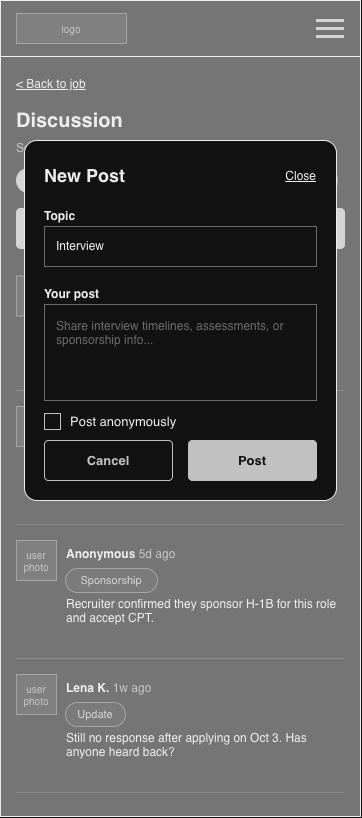
agile-students-fall2026/CareerHive keeps this draw.io diagram as ux-design/wireframes-14-job-discussion-new-post.drawio.png. Above is the earlier version. Source tidied: cells renumbered, new cells last; positions are measured from the earlier drawing's top-left corner, leaving out a move shared by most shapes.
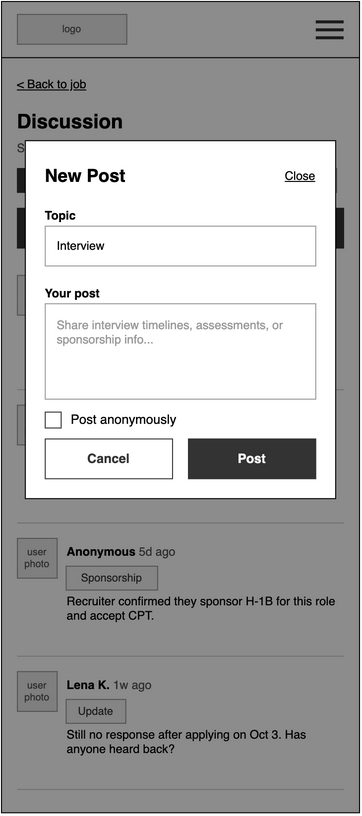
The same file after the commit.

Change to the diagram source:
```diff
@@ -17,31 +17,31 @@
     <mxCell id="6" style="html=1;whiteSpace=wrap;fontFamily=Helvetica;rounded=0;fillColor=#333333;strokeColor=none;" parent="1" vertex="1">
       <mxGeometry x="316" y="35" width="28" height="3" as="geometry" />
     </mxCell>
-    <mxCell id="7" style="html=1;whiteSpace=wrap;fontFamily=Helvetica;fillColor=#000000;strokeColor=none;" parent="1" vertex="1">
+    <mxCell id="7" style="html=1;whiteSpace=wrap;fontFamily=Helvetica;fillColor=#000000;strokeColor=none;rounded=0;" parent="1" vertex="1">
       <mxGeometry y="56" width="360" height="1" as="geometry" />
     </mxCell>
-    <mxCell id="8" value="&amp;lt; Back to job" style="html=1;whiteSpace=wrap;fontFamily=Helvetica;text;strokeColor=none;fillColor=none;spacing=0;overflow=visible;fontSize=12;fontStyle=4;fontColor=#000000;align=left;verticalAlign=top;" parent="1" vertex="1">
+    <mxCell id="8" value="&amp;lt; Back to job" style="html=1;whiteSpace=wrap;fontFamily=Helvetica;text;strokeColor=none;fillColor=none;spacing=0;overflow=visible;fontSize=12;fontStyle=4;fontColor=#000000;align=left;verticalAlign=top;rounded=0;" parent="1" vertex="1">
       <mxGeometry x="16" y="72" width="200" height="16" as="geometry" />
     </mxCell>
-    <mxCell id="9" value="Discussion" style="html=1;whiteSpace=wrap;fontFamily=Helvetica;text;strokeColor=none;fillColor=none;spacing=0;overflow=visible;fontSize=20;fontStyle=1;fontColor=#000000;align=left;verticalAlign=top;" parent="1" vertex="1">
+    <mxCell id="9" value="Discussion" style="html=1;whiteSpace=wrap;fontFamily=Helvetica;text;strokeColor=none;fillColor=none;spacing=0;overflow=visible;fontSize=20;fontStyle=1;fontColor=#000000;align=left;verticalAlign=top;rounded=0;" parent="1" vertex="1">
       <mxGeometry x="16" y="104" width="328" height="28" as="geometry" />
     </mxCell>
-    <mxCell id="10" value="Software Engineering Intern | Brightspace Labs" style="html=1;whiteSpace=wrap;fontFamily=Helvetica;text;strokeColor=none;fillColor=none;spacing=0;overflow=visible;fontSize=12;fontStyle=0;fontColor=#555555;align=left;verticalAlign=top;" parent="1" vertex="1">
+    <mxCell id="10" value="Software Engineering Intern | Brightspace Labs" style="html=1;whiteSpace=wrap;fontFamily=Helvetica;text;strokeColor=none;fillColor=none;spacing=0;overflow=visible;fontSize=12;fontStyle=0;fontColor=#555555;align=left;verticalAlign=top;rounded=0;" parent="1" vertex="1">
       <mxGeometry x="16" y="136" width="328" height="16" as="geometry" />
     </mxCell>
-    <mxCell id="11" value="All" style="html=1;whiteSpace=wrap;fontFamily=Helvetica;rounded=1;arcSize=50;fontSize=11;fillColor=#333333;strokeColor=#333333;fontColor=#FFFFFF;" parent="1" vertex="1">
+    <mxCell id="11" value="All" style="html=1;whiteSpace=wrap;fontFamily=Helvetica;rounded=0;arcSize=0;fontSize=11;fillColor=#333333;strokeColor=#333333;fontColor=#FFFFFF;" parent="1" vertex="1">
       <mxGeometry x="16" y="168" width="41" height="24" as="geometry" />
     </mxCell>
-    <mxCell id="12" value="Interview" style="html=1;whiteSpace=wrap;fontFamily=Helvetica;rounded=1;arcSize=50;fontSize=11;fillColor=#F2F2F2;strokeColor=#999999;fontColor=#333333;" parent="1" vertex="1">
+    <mxCell id="12" value="Interview" style="html=1;whiteSpace=wrap;fontFamily=Helvetica;rounded=0;arcSize=0;fontSize=11;fillColor=#F2F2F2;strokeColor=#999999;fontColor=#333333;" parent="1" vertex="1">
       <mxGeometry x="65" y="168" width="79" height="24" as="geometry" />
     </mxCell>
-    <mxCell id="13" value="Assessment" style="html=1;whiteSpace=wrap;fontFamily=Helvetica;rounded=1;arcSize=50;fontSize=11;fillColor=#F2F2F2;strokeColor=#999999;fontColor=#333333;" parent="1" vertex="1">
+    <mxCell id="13" value="Assessment" style="html=1;whiteSpace=wrap;fontFamily=Helvetica;rounded=0;arcSize=0;fontSize=11;fillColor=#F2F2F2;strokeColor=#999999;fontColor=#333333;" parent="1" vertex="1">
       <mxGeometry x="152" y="168" width="85" height="24" as="geometry" />
     </mxCell>
-    <mxCell id="14" value="Sponsorship" style="html=1;whiteSpace=wrap;fontFamily=Helvetica;rounded=1;arcSize=50;fontSize=11;fillColor=#F2F2F2;strokeColor=#999999;fontColor=#333333;" parent="1" vertex="1">
+    <mxCell id="14" value="Sponsorship" style="html=1;whiteSpace=wrap;fontFamily=Helvetica;rounded=0;arcSize=0;fontSize=11;fillColor=#F2F2F2;strokeColor=#999999;fontColor=#333333;" parent="1" vertex="1">
       <mxGeometry x="245" y="168" width="92" height="24" as="geometry" />
     </mxCell>
-    <mxCell id="15" value="New Post" style="html=1;whiteSpace=wrap;fontFamily=Helvetica;rounded=1;arcSize=10;fontSize=13;fontStyle=1;fillColor=#333333;strokeColor=#333333;fontColor=#FFFFFF;" parent="1" vertex="1">
+    <mxCell id="15" value="New Post" style="html=1;whiteSpace=wrap;fontFamily=Helvetica;rounded=0;arcSize=0;fontSize=13;fontStyle=1;fillColor=#333333;strokeColor=#333333;fontColor=#FFFFFF;" parent="1" vertex="1">
       <mxGeometry x="16" y="208" width="328" height="40" as="geometry" />
     </mxCell>
     <mxCell id="16" style="html=1;whiteSpace=wrap;fontFamily=Helvetica;rounded=0;fillColor=#CCCCCC;strokeColor=none;" parent="1" vertex="1">
@@ -50,13 +50,13 @@
     <mxCell id="17" value="user photo" style="html=1;whiteSpace=wrap;fontFamily=Helvetica;rounded=0;fillColor=#E6E6E6;strokeColor=#999999;fontColor=#555555;fontSize=10;" parent="1" vertex="1">
       <mxGeometry x="16" y="406" width="40" height="40" as="geometry" />
     </mxCell>
-    <mxCell id="18" value="&lt;b&gt;Marcus T.&lt;/b&gt;&lt;font color=&quot;#555555&quot;&gt;&amp;nbsp;3d ago&lt;/font&gt;" style="html=1;whiteSpace=wrap;fontFamily=Helvetica;text;strokeColor=none;fillColor=none;spacing=0;overflow=visible;fontSize=12;fontStyle=0;fontColor=#000000;align=left;verticalAlign=top;" parent="1" vertex="1">
+    <mxCell id="18" value="&lt;b&gt;Marcus T.&lt;/b&gt;&lt;font color=&quot;#555555&quot;&gt;&amp;nbsp;3d ago&lt;/font&gt;" style="html=1;whiteSpace=wrap;fontFamily=Helvetica;text;strokeColor=none;fillColor=none;spacing=0;overflow=visible;fontSize=12;fontStyle=0;fontColor=#000000;align=left;verticalAlign=top;rounded=0;" parent="1" vertex="1">
       <mxGeometry x="66" y="408" width="200" height="16" as="geometry" />
     </mxCell>
-    <mxCell id="19" value="Assessment" style="html=1;whiteSpace=wrap;fontFamily=Helvetica;rounded=1;arcSize=50;fontSize=11;fillColor=#F2F2F2;strokeColor=#999999;fontColor=#333333;" parent="1" vertex="1">
+    <mxCell id="19" value="Assessment" style="html=1;whiteSpace=wrap;fontFamily=Helvetica;rounded=0;arcSize=0;fontSize=11;fillColor=#F2F2F2;strokeColor=#999999;fontColor=#333333;" parent="1" vertex="1">
       <mxGeometry x="65" y="436" width="85" height="24" as="geometry" />
     </mxCell>
-    <mxCell id="20" value="Online assessment was 2 coding questions in 70 minutes." style="html=1;whiteSpace=wrap;fontFamily=Helvetica;text;strokeColor=none;fillColor=none;spacing=0;overflow=visible;fontSize=12;fontStyle=0;fontColor=#000000;align=left;verticalAlign=top;" parent="1" vertex="1">
+    <mxCell id="20" value="Online assessment was 2 coding questions in 70 minutes." style="html=1;whiteSpace=wrap;fontFamily=Helvetica;text;strokeColor=none;fillColor=none;spacing=0;overflow=visible;fontSize=12;fontStyle=0;fontColor=#000000;align=left;verticalAlign=top;rounded=0;" parent="1" vertex="1">
       <mxGeometry x="66" y="460" width="278" height="54" as="geometry" />
     </mxCell>
     <mxCell id="21" style="html=1;whiteSpace=wrap;fontFamily=Helvetica;rounded=0;fillColor=#CCCCCC;strokeColor=none;" parent="1" vertex="1">
@@ -65,13 +65,13 @@
     <mxCell id="22" value="user photo" style="html=1;whiteSpace=wrap;fontFamily=Helvetica;rounded=0;fillColor=#E6E6E6;strokeColor=#999999;fontColor=#555555;fontSize=10;" parent="1" vertex="1">
       <mxGeometry x="16" y="540" width="40" height="40" as="geometry" />
     </mxCell>
-    <mxCell id="23" value="&lt;b&gt;Anonymous&lt;/b&gt;&lt;font color=&quot;#555555&quot;&gt;&amp;nbsp;5d ago&lt;/font&gt;" style="html=1;whiteSpace=wrap;fontFamily=Helvetica;text;strokeColor=none;fillColor=none;spacing=0;overflow=visible;fontSize=12;fontStyle=0;fontColor=#000000;align=left;verticalAlign=top;" parent="1" vertex="1">
+    <mxCell id="23" value="&lt;b&gt;Anonymous&lt;/b&gt;&lt;font color=&quot;#555555&quot;&gt;&amp;nbsp;5d ago&lt;/font&gt;" style="html=1;whiteSpace=wrap;fontFamily=Helvetica;text;strokeColor=none;fillColor=none;spacing=0;overflow=visible;fontSize=12;fontStyle=0;fontColor=#000000;align=left;verticalAlign=top;rounded=0;" parent="1" vertex="1">
       <mxGeometry x="66" y="542" width="200" height="16" as="geometry" />
     </mxCell>
-    <mxCell id="24" value="Sponsorship" style="html=1;whiteSpace=wrap;fontFamily=Helvetica;rounded=1;arcSize=50;fontSize=11;fillColor=#F2F2F2;strokeColor=#999999;fontColor=#333333;" parent="1" vertex="1">
+    <mxCell id="24" value="Sponsorship" style="html=1;whiteSpace=wrap;fontFamily=Helvetica;rounded=0;arcSize=0;fontSize=11;fillColor=#F2F2F2;strokeColor=#999999;fontColor=#333333;" parent="1" vertex="1">
       <mxGeometry x="65" y="568" width="92" height="24" as="geometry" />
     </mxCell>
-    <mxCell id="25" value="Recruiter confirmed they sponsor H-1B for this role and accept CPT." style="html=1;whiteSpace=wrap;fontFamily=Helvetica;text;strokeColor=none;fillColor=none;spacing=0;overflow=visible;fontSize=12;fontStyle=0;fontColor=#000000;align=left;verticalAlign=top;" parent="1" vertex="1">
+    <mxCell id="25" value="Recruiter confirmed they sponsor H-1B for this role and accept CPT." style="html=1;whiteSpace=wrap;fontFamily=Helvetica;text;strokeColor=none;fillColor=none;spacing=0;overflow=visible;fontSize=12;fontStyle=0;fontColor=#000000;align=left;verticalAlign=top;rounded=0;" parent="1" vertex="1">
       <mxGeometry x="66" y="592" width="278" height="54" as="geometry" />
     </mxCell>
     <mxCell id="26" style="html=1;whiteSpace=wrap;fontFamily=Helvetica;rounded=0;fillColor=#CCCCCC;strokeColor=none;" parent="1" vertex="1">
@@ -80,13 +80,13 @@
     <mxCell id="27" value="user photo" style="html=1;whiteSpace=wrap;fontFamily=Helvetica;rounded=0;fillColor=#E6E6E6;strokeColor=#999999;fontColor=#555555;fontSize=10;" parent="1" vertex="1">
       <mxGeometry x="16" y="674" width="40" height="40" as="geometry" />
     </mxCell>
-    <mxCell id="28" value="&lt;b&gt;Lena K.&lt;/b&gt; &lt;font color=&quot;#555555&quot;&gt;1w ago&lt;/font&gt;" style="html=1;whiteSpace=wrap;fontFamily=Helvetica;text;strokeColor=none;fillColor=none;spacing=0;overflow=visible;fontSize=12;fontStyle=0;fontColor=#000000;align=left;verticalAlign=top;" parent="1" vertex="1">
+    <mxCell id="28" value="&lt;b&gt;Lena K.&lt;/b&gt; &lt;font color=&quot;#555555&quot;&gt;1w ago&lt;/font&gt;" style="html=1;whiteSpace=wrap;fontFamily=Helvetica;text;strokeColor=none;fillColor=none;spacing=0;overflow=visible;fontSize=12;fontStyle=0;fontColor=#000000;align=left;verticalAlign=top;rounded=0;" parent="1" vertex="1">
       <mxGeometry x="66" y="676" width="200" height="16" as="geometry" />
     </mxCell>
-    <mxCell id="29" value="Update" style="html=1;whiteSpace=wrap;fontFamily=Helvetica;rounded=1;arcSize=50;fontSize=11;fillColor=#F2F2F2;strokeColor=#999999;fontColor=#333333;" parent="1" vertex="1">
+    <mxCell id="29" value="Update" style="html=1;whiteSpace=wrap;fontFamily=Helvetica;rounded=0;arcSize=0;fontSize=11;fillColor=#F2F2F2;strokeColor=#999999;fontColor=#333333;" parent="1" vertex="1">
       <mxGeometry x="65" y="702" width="60" height="24" as="geometry" />
     </mxCell>
-    <mxCell id="30" value="Still no response after applying on Oct 3. Has anyone heard back?" style="html=1;whiteSpace=wrap;fontFamily=Helvetica;text;strokeColor=none;fillColor=none;spacing=0;overflow=visible;fontSize=12;fontStyle=0;fontColor=#000000;align=left;verticalAlign=top;" parent="1" vertex="1">
+    <mxCell id="30" value="Still no response after applying on Oct 3. Has anyone heard back?" style="html=1;whiteSpace=wrap;fontFamily=Helvetica;text;strokeColor=none;fillColor=none;spacing=0;overflow=visible;fontSize=12;fontStyle=0;fontColor=#000000;align=left;verticalAlign=top;rounded=0;" parent="1" vertex="1">
       <mxGeometry x="66" y="726" width="278" height="54" as="geometry" />
     </mxCell>
     <mxCell id="31" style="html=1;whiteSpace=wrap;fontFamily=Helvetica;rounded=0;fillColor=#CCCCCC;strokeColor=none;" parent="1" vertex="1">
@@ -95,37 +95,37 @@
     <mxCell id="32" value="user photo" style="html=1;whiteSpace=wrap;fontFamily=Helvetica;rounded=0;fillColor=#E6E6E6;strokeColor=#999999;fontColor=#555555;fontSize=10;" parent="1" vertex="1">
       <mxGeometry x="16" y="275.5" width="40" height="40" as="geometry" />
     </mxCell>
-    <mxCell id="33" value="&lt;b&gt;George S.&lt;/b&gt; &lt;font color=&quot;#555555&quot;&gt;2d ago&lt;/font&gt;" style="html=1;whiteSpace=wrap;fontFamily=Helvetica;text;strokeColor=none;fillColor=none;spacing=0;overflow=visible;fontSize=12;fontStyle=0;fontColor=#000000;align=left;verticalAlign=top;" parent="1" vertex="1">
+    <mxCell id="33" value="&lt;b&gt;George S.&lt;/b&gt; &lt;font color=&quot;#555555&quot;&gt;2d ago&lt;/font&gt;" style="html=1;whiteSpace=wrap;fontFamily=Helvetica;text;strokeColor=none;fillColor=none;spacing=0;overflow=visible;fontSize=12;fontStyle=0;fontColor=#000000;align=left;verticalAlign=top;rounded=0;" parent="1" vertex="1">
       <mxGeometry x="66" y="277.5" width="200" height="16" as="geometry" />
     </mxCell>
-    <mxCell id="34" value="Interview" style="html=1;whiteSpace=wrap;fontFamily=Helvetica;rounded=1;arcSize=50;fontSize=11;fillColor=#F2F2F2;strokeColor=#999999;fontColor=#333333;" parent="1" vertex="1">
+    <mxCell id="34" value="Interview" style="html=1;whiteSpace=wrap;fontFamily=Helvetica;rounded=0;arcSize=0;fontSize=11;fillColor=#F2F2F2;strokeColor=#999999;fontColor=#333333;" parent="1" vertex="1">
       <mxGeometry x="66" y="303.5" width="79" height="24" as="geometry" />
     </mxCell>
-    <mxCell id="35" value="Got the first round invite about 2 weeks after applying!" style="html=1;whiteSpace=wrap;fontFamily=Helvetica;text;strokeColor=none;fillColor=none;spacing=0;overflow=visible;fontSize=12;fontStyle=0;fontColor=#000000;align=left;verticalAlign=top;" parent="1" vertex="1">
+    <mxCell id="35" value="Got the first round invite about 2 weeks after applying!" style="html=1;whiteSpace=wrap;fontFamily=Helvetica;text;strokeColor=none;fillColor=none;spacing=0;overflow=visible;fontSize=12;fontStyle=0;fontColor=#000000;align=left;verticalAlign=top;rounded=0;" parent="1" vertex="1">
       <mxGeometry x="66" y="327.5" width="278" height="36" as="geometry" />
     </mxCell>
     <mxCell id="36" style="html=1;whiteSpace=wrap;fontFamily=Helvetica;rounded=0;fillColor=#000000;strokeColor=none;opacity=45;" parent="1" vertex="1">
       <mxGeometry width="360" height="816" as="geometry" />
     </mxCell>
-    <mxCell id="37" style="group;" parent="1" vertex="1">
+    <mxCell id="37" style="group;rounded=0;" parent="1" vertex="1">
       <mxGeometry x="24" y="140" width="326" height="360" as="geometry" />
     </mxCell>
-    <mxCell id="38" style="html=1;whiteSpace=wrap;fontFamily=Helvetica;rounded=1;arcSize=4;fillColor=#FFFFFF;strokeColor=#000000;" parent="37" vertex="1">
+    <mxCell id="38" style="html=1;whiteSpace=wrap;fontFamily=Helvetica;rounded=0;arcSize=0;fillColor=#FFFFFF;strokeColor=#000000;" parent="37" vertex="1">
       <mxGeometry width="312" height="360" as="geometry" />
     </mxCell>
-    <mxCell id="39" value="New Post" style="html=1;whiteSpace=wrap;fontFamily=Helvetica;text;strokeColor=none;fillColor=none;spacing=0;overflow=visible;fontSize=18;fontStyle=1;fontColor=#000000;align=left;verticalAlign=top;" parent="37" vertex="1">
+    <mxCell id="39" value="New Post" style="html=1;whiteSpace=wrap;fontFamily=Helvetica;text;strokeColor=none;fillColor=none;spacing=0;overflow=visible;fontSize=18;fontStyle=1;fontColor=#000000;align=left;verticalAlign=top;rounded=0;" parent="37" vertex="1">
       <mxGeometry x="20" y="20" width="212" height="24" as="geometry" />
     </mxCell>
-    <mxCell id="40" value="Close" style="html=1;whiteSpace=wrap;fontFamily=Helvetica;text;strokeColor=none;fillColor=none;spacing=0;overflow=visible;fontSize=12;fontStyle=4;fontColor=#000000;align=right;verticalAlign=top;" parent="37" vertex="1">
+    <mxCell id="40" value="Close" style="html=1;whiteSpace=wrap;fontFamily=Helvetica;text;strokeColor=none;fillColor=none;spacing=0;overflow=visible;fontSize=12;fontStyle=4;fontColor=#000000;align=right;verticalAlign=top;rounded=0;" parent="37" vertex="1">
       <mxGeometry x="232" y="24" width="60" height="18" as="geometry" />
     </mxCell>
-    <mxCell id="41" value="Topic" style="html=1;whiteSpace=wrap;fontFamily=Helvetica;text;strokeColor=none;fillColor=none;spacing=0;overflow=visible;fontSize=12;fontStyle=1;fontColor=#000000;align=left;verticalAlign=top;" parent="37" vertex="1">
+    <mxCell id="41" value="Topic" style="html=1;whiteSpace=wrap;fontFamily=Helvetica;text;strokeColor=none;fillColor=none;spacing=0;overflow=visible;fontSize=12;fontStyle=1;fontColor=#000000;align=left;verticalAlign=top;rounded=0;" parent="37" vertex="1">
       <mxGeometry x="20" y="64" width="272" height="16" as="geometry" />
     </mxCell>
     <mxCell id="42" value="Interview" style="html=1;whiteSpace=wrap;fontFamily=Helvetica;rounded=0;fillColor=#FFFFFF;strokeColor=#999999;align=left;verticalAlign=middle;spacingLeft=10;spacingTop=0;spacingRight=10;fontSize=12;fontColor=#000000;" parent="37" vertex="1">
       <mxGeometry x="20" y="86" width="272" height="40" as="geometry" />
     </mxCell>
-    <mxCell id="43" value="Your post" style="html=1;whiteSpace=wrap;fontFamily=Helvetica;text;strokeColor=none;fillColor=none;spacing=0;overflow=visible;fontSize=12;fontStyle=1;fontColor=#000000;align=left;verticalAlign=top;" parent="37" vertex="1">
+    <mxCell id="43" value="Your post" style="html=1;whiteSpace=wrap;fontFamily=Helvetica;text;strokeColor=none;fillColor=none;spacing=0;overflow=visible;fontSize=12;fontStyle=1;fontColor=#000000;align=left;verticalAlign=top;rounded=0;" parent="37" vertex="1">
       <mxGeometry x="20" y="142" width="272" height="16" as="geometry" />
     </mxCell>
     <mxCell id="44" value="Share interview timelines, assessments, or sponsorship info..." style="html=1;whiteSpace=wrap;fontFamily=Helvetica;rounded=0;fillColor=#FFFFFF;strokeColor=#999999;align=left;verticalAlign=top;spacingLeft=10;spacingTop=8;spacingRight=10;fontSize=12;fontColor=#999999;" parent="37" vertex="1">
@@ -134,13 +134,13 @@
     <mxCell id="45" style="html=1;whiteSpace=wrap;fontFamily=Helvetica;rounded=0;strokeColor=#333333;fillColor=#FFFFFF;" parent="37" vertex="1">
       <mxGeometry x="20" y="273" width="16" height="16" as="geometry" />
     </mxCell>
-    <mxCell id="46" value="Post anonymously" style="html=1;whiteSpace=wrap;fontFamily=Helvetica;text;strokeColor=none;fillColor=none;spacing=0;overflow=visible;fontSize=13;fontStyle=0;fontColor=#000000;align=left;verticalAlign=middle;" parent="37" vertex="1">
+    <mxCell id="46" value="Post anonymously" style="html=1;whiteSpace=wrap;fontFamily=Helvetica;text;strokeColor=none;fillColor=none;spacing=0;overflow=visible;fontSize=13;fontStyle=0;fontColor=#000000;align=left;verticalAlign=middle;rounded=0;" parent="37" vertex="1">
       <mxGeometry x="46" y="272" width="280" height="18" as="geometry" />
     </mxCell>
-    <mxCell id="47" value="Cancel" style="html=1;whiteSpace=wrap;fontFamily=Helvetica;rounded=1;arcSize=10;fontSize=13;fontStyle=1;fillColor=#FFFFFF;strokeColor=#333333;fontColor=#333333;" parent="37" vertex="1">
+    <mxCell id="47" value="Cancel" style="html=1;whiteSpace=wrap;fontFamily=Helvetica;rounded=0;arcSize=0;fontSize=13;fontStyle=1;fillColor=#FFFFFF;strokeColor=#333333;fontColor=#333333;" parent="37" vertex="1">
       <mxGeometry x="20" y="300" width="128" height="40" as="geometry" />
     </mxCell>
-    <mxCell id="48" value="Post" style="html=1;whiteSpace=wrap;fontFamily=Helvetica;rounded=1;arcSize=10;fontSize=13;fontStyle=1;fillColor=#333333;strokeColor=#333333;fontColor=#FFFFFF;" parent="37" vertex="1">
+    <mxCell id="48" value="Post" style="html=1;whiteSpace=wrap;fontFamily=Helvetica;rounded=0;arcSize=0;fontSize=13;fontStyle=1;fillColor=#333333;strokeColor=#333333;fontColor=#FFFFFF;" parent="37" vertex="1">
       <mxGeometry x="164" y="300" width="128" height="40" as="geometry" />
     </mxCell>
   </root>
```
